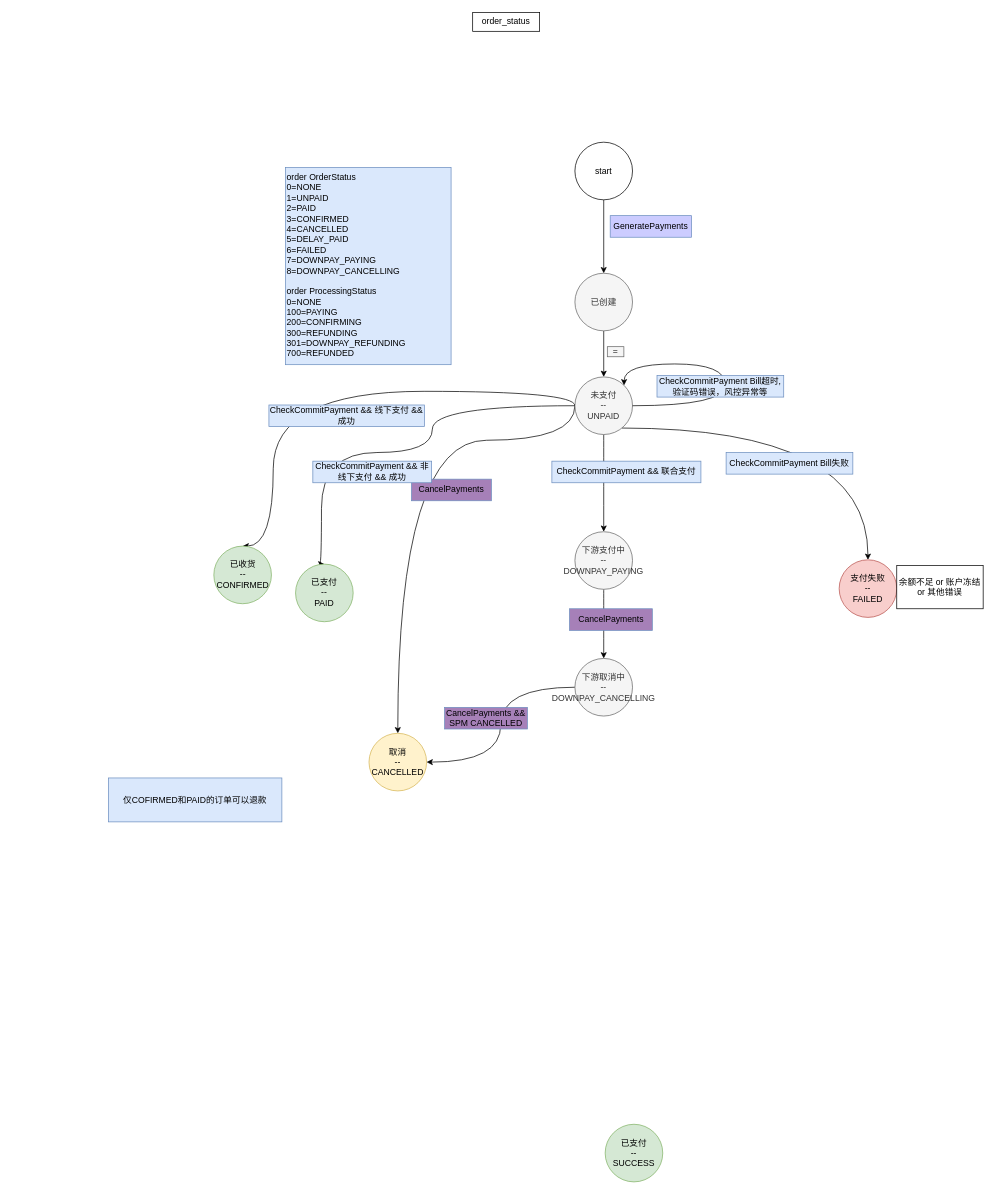
This is page "ordert状态流转" (4 of 6) of tmp.drawio from xhd2015/bog, a draw.io file, before an edit. Source tidied: cells renumbered, new cells numbered last; positions are measured from the earlier drawing's top-left corner, leaving out a move shared by most shapes. Both pictures are drawn from the tidied source at 72%, with x=0, y=0 at pixel (108, 12).
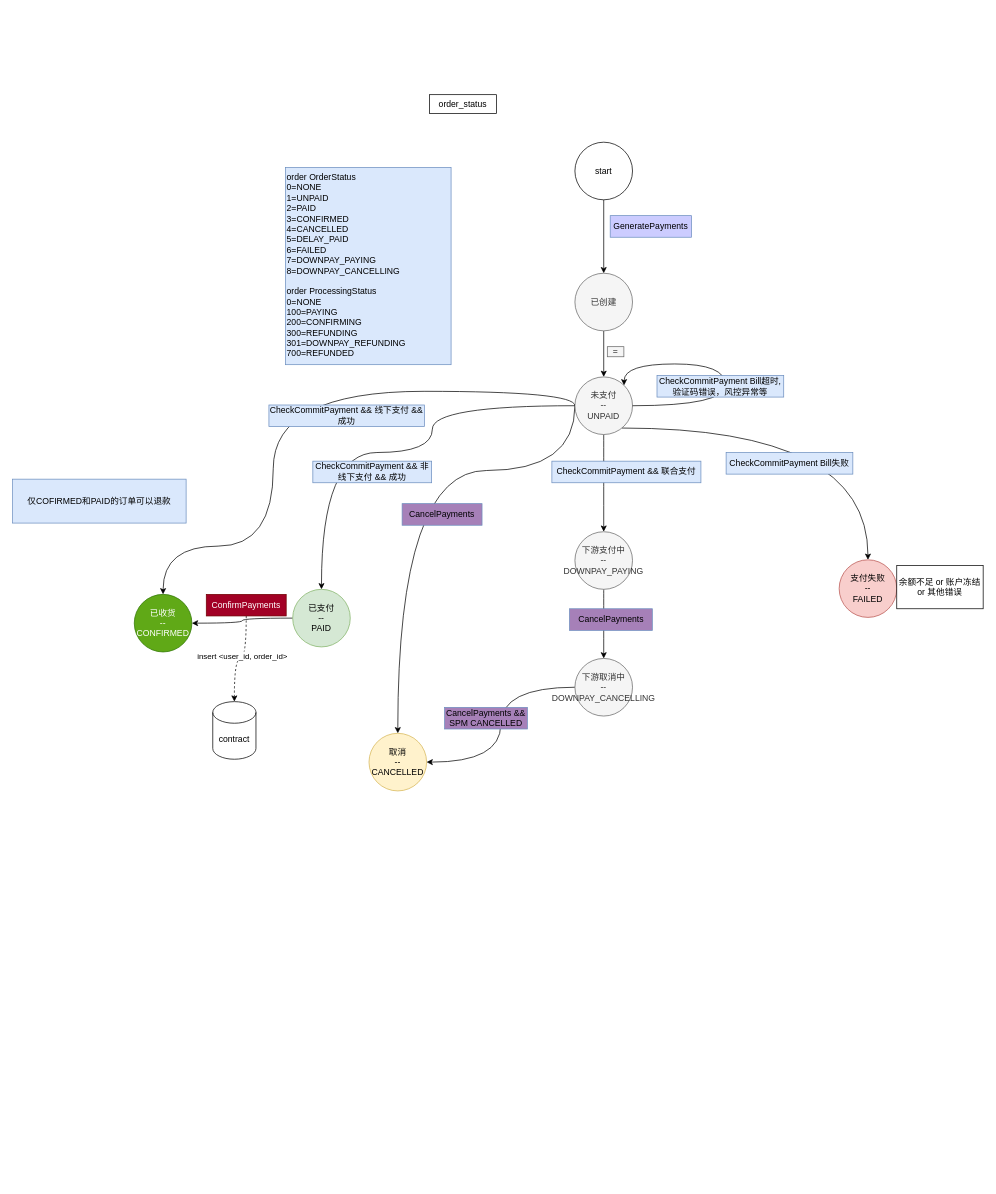
The same diagram, later.

The change refers to these unchanged cells:
```xml
<mxCell id="6" value="未支付&lt;br&gt;--&lt;br&gt;UNPAID" style="ellipse;whiteSpace=wrap;html=1;fillColor=#f5f5f5;fontColor=#333333;strokeColor=#666666;" parent="1" vertex="1">
  <mxGeometry x="648" y="506" width="80" height="80" as="geometry" />
</mxCell>
<mxCell id="24" value="取消&lt;br&gt;--&lt;br&gt;CANCELLED" style="ellipse;whiteSpace=wrap;html=1;fillColor=#fff2cc;strokeColor=#d6b656;" parent="1" vertex="1">
  <mxGeometry x="362" y="1001" width="80" height="80" as="geometry" />
</mxCell>
```

Change to the diagram source:
```diff
@@
     <mxCell id="5" style="edgeStyle=orthogonalEdgeStyle;curved=1;rounded=0;jettySize=auto;html=1;entryX=0.5;entryY=0;entryDx=0;entryDy=0;exitX=0;exitY=0.5;exitDx=0;exitDy=0;" parent="1" edge="1" source="6" target="24">
       <mxGeometry relative="1" as="geometry">
         <Array as="points">
-          <mxPoint x="648" y="594" />
-          <mxPoint x="402" y="594" />
+          <mxPoint x="648" y="636" />
+          <mxPoint x="402" y="636" />
         </Array>
       </mxGeometry>
     </mxCell>
@@
-    <mxCell id="14" value="已收货&lt;br&gt;--&lt;br&gt;CONFIRMED" style="ellipse;whiteSpace=wrap;html=1;fillColor=#d5e8d4;strokeColor=#82b366;" parent="1" vertex="1">
-      <mxGeometry x="146.5" y="741" width="80" height="80" as="geometry" />
+    <mxCell id="14" value="已收货&lt;br&gt;--&lt;br&gt;CONFIRMED" style="ellipse;whiteSpace=wrap;html=1;fillColor=#60a917;strokeColor=#2D7600;fontColor=#ffffff;" parent="1" vertex="1">
+      <mxGeometry x="36" y="808" width="80" height="80" as="geometry" />
     </mxCell>
@@
     <mxCell id="25" value="CancelPayments" style="text;html=1;strokeColor=#6c8ebf;fillColor=#A680B8;align=center;verticalAlign=middle;whiteSpace=wrap;rounded=0;" parent="1" vertex="1">
-      <mxGeometry x="421" y="648" width="111" height="30" as="geometry" />
+      <mxGeometry x="408" y="682" width="111" height="30" as="geometry" />
     </mxCell>
@@
-    <mxCell id="30" value="已支付&lt;br&gt;--&lt;br&gt;SUCCESS" style="ellipse;whiteSpace=wrap;html=1;fillColor=#d5e8d4;strokeColor=#82b366;" parent="1" vertex="1">
-      <mxGeometry x="690" y="1544" width="80" height="80" as="geometry" />
-    </mxCell>
     <mxCell id="31" value="order_status" style="rounded=0;whiteSpace=wrap;html=1;fillColor=default;" parent="1" vertex="1">
-      <mxGeometry x="506" width="93" height="26" as="geometry" />
+      <mxGeometry x="446" y="114" width="93" height="26" as="geometry" />
     </mxCell>
@@
+    <mxCell id="36" style="edgeStyle=orthogonalEdgeStyle;rounded=0;jettySize=auto;html=1;entryX=1;entryY=0.5;entryDx=0;entryDy=0;curved=1;" parent="1" edge="1" source="33" target="14">
+      <mxGeometry relative="1" as="geometry" />
+    </mxCell>
     <mxCell id="33" value="已支付&lt;br&gt;--&lt;br&gt;PAID" style="ellipse;whiteSpace=wrap;html=1;fillColor=#d5e8d4;strokeColor=#82b366;" parent="1" vertex="1">
-      <mxGeometry x="260" y="766" width="80" height="80" as="geometry" />
+      <mxGeometry x="256" y="801" width="80" height="80" as="geometry" />
     </mxCell>
@@
     <mxCell id="35" value="仅COFIRMED和PAID的订单可以退款" style="text;html=1;strokeColor=#6c8ebf;fillColor=#dae8fc;align=center;verticalAlign=middle;whiteSpace=wrap;rounded=0;" parent="1" vertex="1">
-      <mxGeometry y="1063" width="241" height="61" as="geometry" />
+      <mxGeometry x="-133" y="648" width="241" height="61" as="geometry" />
     </mxCell>
+    <mxCell id="37" style="edgeStyle=orthogonalEdgeStyle;curved=1;rounded=0;jettySize=auto;html=1;entryX=0.5;entryY=0;entryDx=0;entryDy=0;entryPerimeter=0;dashed=1;" parent="1" edge="1" source="39" target="40">
+      <mxGeometry relative="1" as="geometry" />
+    </mxCell>
+    <mxCell id="38" value="insert &amp;lt;user_id, order_id&amp;gt;" style="edgeLabel;html=1;align=center;verticalAlign=middle;" parent="37" vertex="1">
+      <mxGeometry x="-0.03" y="-4" relative="1" as="geometry" />
+    </mxCell>
+    <mxCell id="39" value="ConfirmPayments" style="text;html=1;strokeColor=#6F0000;fillColor=#a20025;align=center;verticalAlign=middle;whiteSpace=wrap;rounded=0;fontColor=#ffffff;" parent="1" vertex="1">
+      <mxGeometry x="136" y="808" width="111" height="30" as="geometry" />
+    </mxCell>
+    <mxCell id="40" value="contract" style="shape=cylinder3;whiteSpace=wrap;html=1;boundedLbl=1;backgroundOutline=1;size=15;" parent="1" vertex="1">
+      <mxGeometry x="145" y="957" width="60" height="80" as="geometry" />
+    </mxCell>
```
